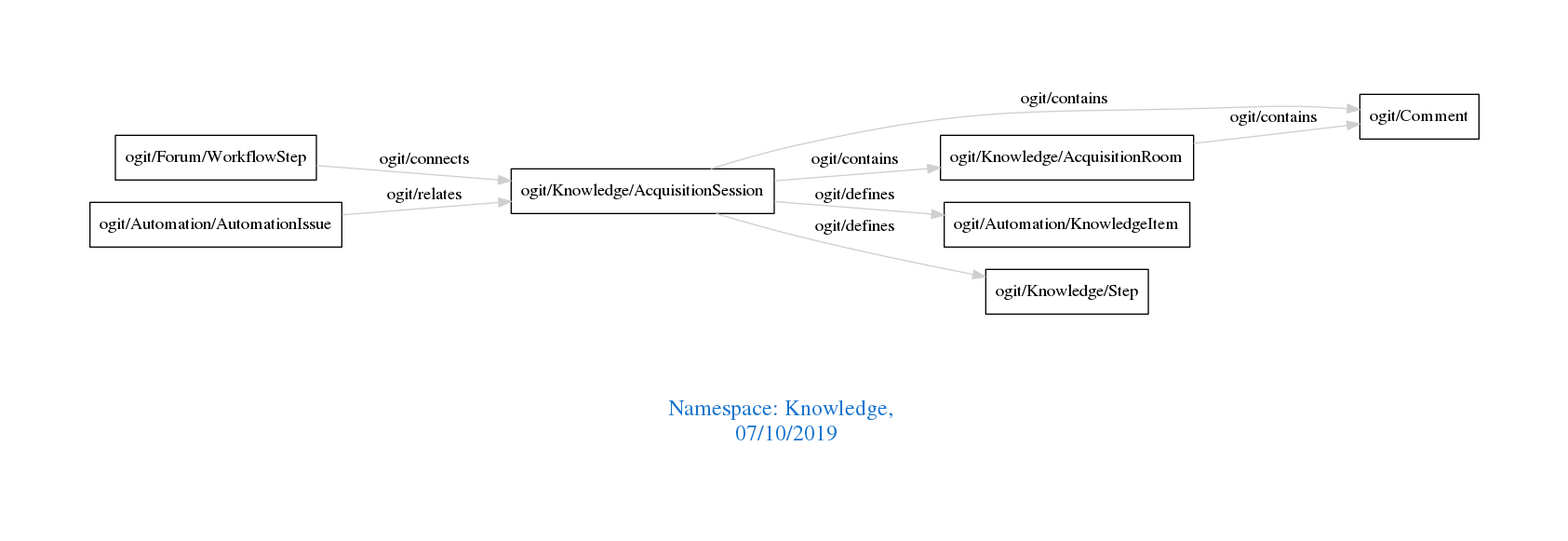
arago/OGIT keeps this Graphviz diagram as downloads/Knowledge.png. Above is the earlier version. Its source is kept beside it as downloads/Knowledge.dot.
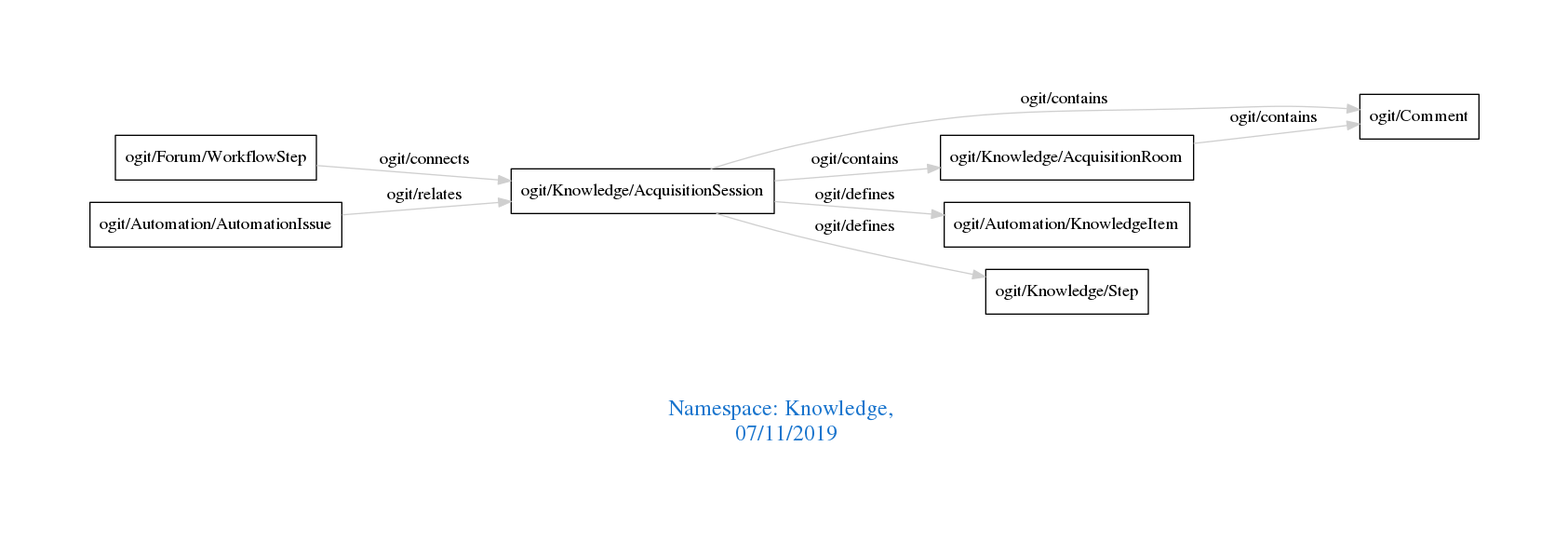
The same diagram one commit later.

Change to the diagram source:
```diff
@@ -1,7 +1,7 @@
 digraph OGIT_ontology {
  graph [ rankdir= LR,pad=1
 fontsize = 18,
-fontcolor= dodgerblue3,label = "\n\n\nNamespace: Knowledge, \n 07/10/2019"];
+fontcolor= dodgerblue3,label = "\n\n\nNamespace: Knowledge, \n 07/11/2019"];
 node[shape=polygon];
 edge [  color="gray81"];
 
```
